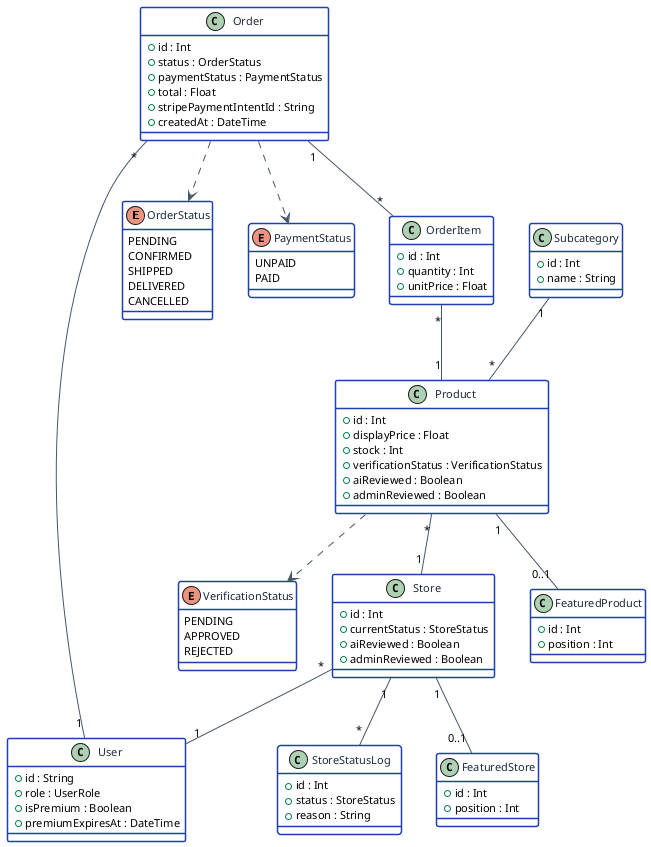
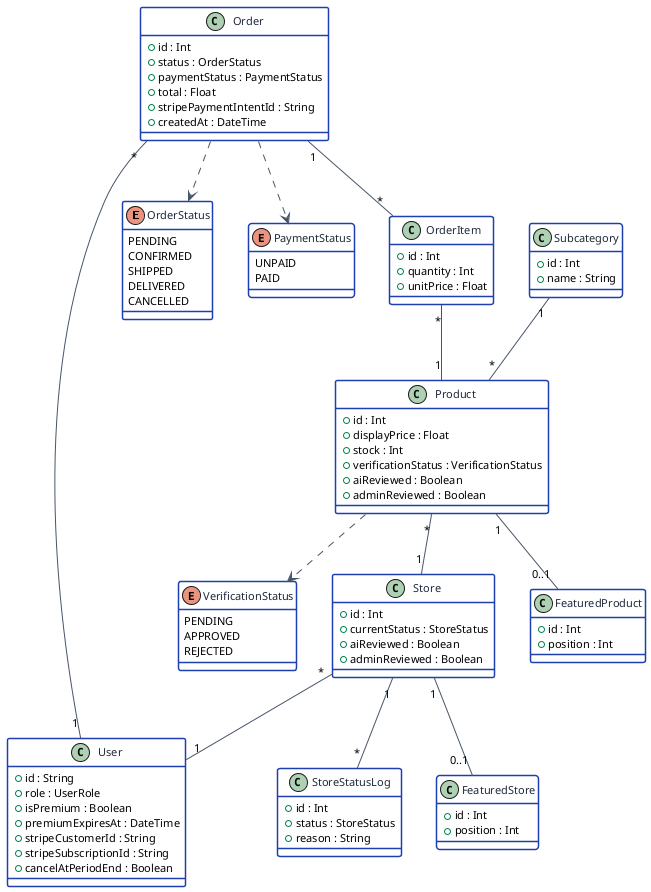
@startuml class-release2

skinparam defaultFontName Helvetica
skinparam defaultFontSize 11
skinparam backgroundColor #FFFFFF
skinparam shadowing false

skinparam class {
  BackgroundColor #FFFFFF
  BorderColor #1E40AF
  BorderThickness 1.5
  ArrowColor #475569
  FontColor #1E293B
}
skinparam enum {
  BackgroundColor #EFF6FF
  BorderColor #1E40AF
}

enum OrderStatus {
  PENDING
  CONFIRMED
  SHIPPED
  DELIVERED
  CANCELLED
}
enum PaymentStatus {
  UNPAID
  PAID
}
enum VerificationStatus {
  PENDING
  APPROVED
  REJECTED
}

class User {
  +id : String
  +role : UserRole
  +isPremium : Boolean
  +premiumExpiresAt : DateTime
+   +stripeCustomerId : String
+   +stripeSubscriptionId : String
+   +cancelAtPeriodEnd : Boolean
}

class Order {
  +id : Int
  +status : OrderStatus
  +paymentStatus : PaymentStatus
  +total : Float
  +stripePaymentIntentId : String
  +createdAt : DateTime
}

class OrderItem {
  +id : Int
  +quantity : Int
  +unitPrice : Float
}

class Product {
  +id : Int
  +displayPrice : Float
  +stock : Int
  +verificationStatus : VerificationStatus
  +aiReviewed : Boolean
  +adminReviewed : Boolean
}

class Store {
  +id : Int
  +currentStatus : StoreStatus
  +aiReviewed : Boolean
  +adminReviewed : Boolean
}

class StoreStatusLog {
  +id : Int
  +status : StoreStatus
  +reason : String
}

class FeaturedStore {
  +id : Int
  +position : Int
}
class FeaturedProduct {
  +id : Int
  +position : Int
}

class Subcategory {
  +id : Int
  +name : String
}

User "1"  -- "*"    Order
Order "1" -- "*"    OrderItem
OrderItem "*" -- "1" Product
Product "*" -- "1"  Store
Store "*" -- "1"    User
Store "1" -- "*"    StoreStatusLog
Store "1" -- "0..1" FeaturedStore
Product "1" -- "0..1" FeaturedProduct
Subcategory "1" -- "*" Product

Order ..> OrderStatus
Order ..> PaymentStatus
Product ..> VerificationStatus

@enduml
